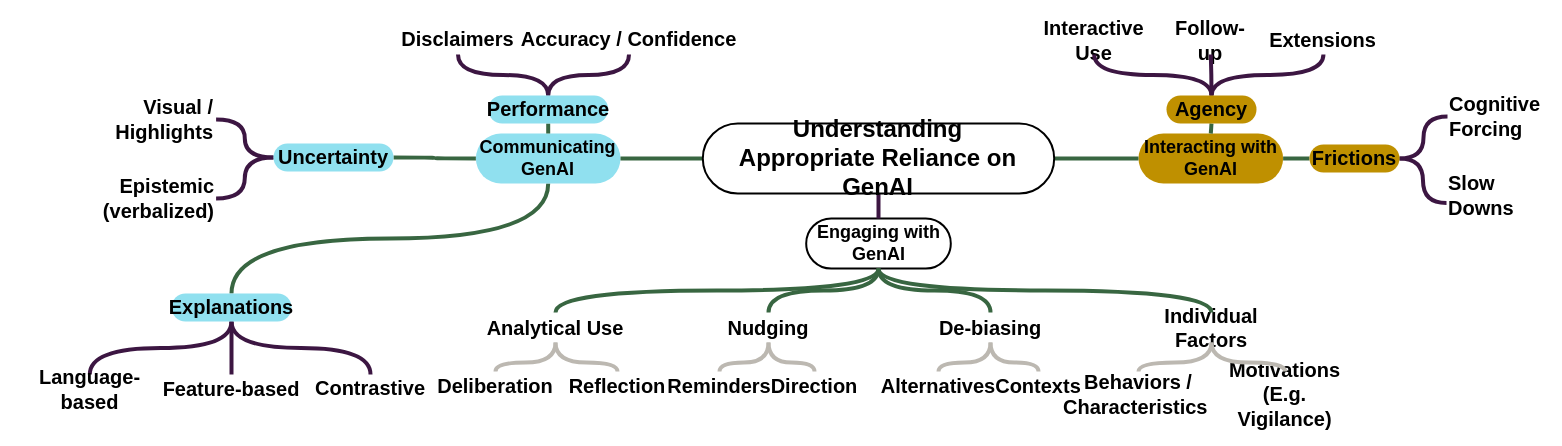
Earlier version of the draw.io diagram ext/chi27-rev-4.1.drawio (raeeschaudhary/Coursera_Exams). Source tidied: cells renumbered, new cells numbered last; positions are measured from the earlier drawing's top-left corner, leaving out a move shared by most shapes. Both pictures are drawn from the tidied source at 100%, with x=0, y=0 at pixel (17, 24).
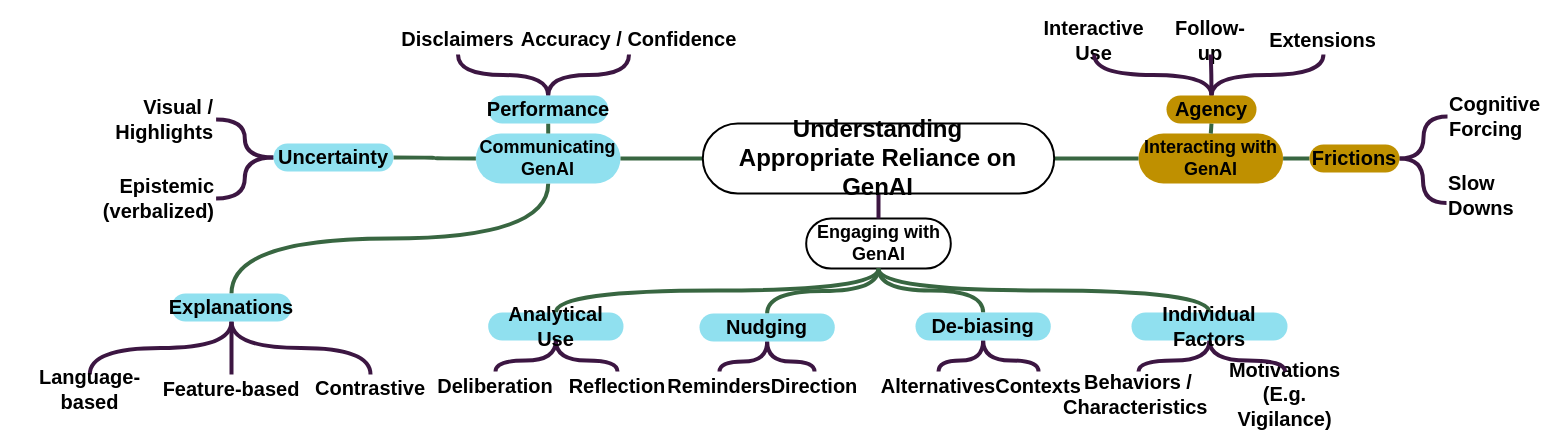
After the change.

Unchanged cells that the change refers to:
```xml
<mxCell id="25" value="&lt;span style=&quot;font-size: 20px;&quot;&gt;Deliberation&lt;/span&gt;" style="text;html=1;whiteSpace=wrap;strokeColor=none;fillColor=none;align=center;verticalAlign=middle;rounded=0;fontFamily=calibri;fontSize=18;fontStyle=1;" parent="1" vertex="1">
  <mxGeometry x="418" y="347" width="120" height="30" as="geometry" />
</mxCell>
<mxCell id="26" value="&lt;span style=&quot;font-size: 20px;&quot;&gt;Reflection&lt;/span&gt;" style="text;html=1;whiteSpace=wrap;strokeColor=none;fillColor=none;align=center;verticalAlign=middle;rounded=0;fontFamily=calibri;fontSize=18;fontStyle=1;" parent="1" vertex="1">
  <mxGeometry x="546" y="347" width="108" height="30" as="geometry" />
</mxCell>
<mxCell id="31" value="&lt;span style=&quot;font-size: 20px;&quot;&gt;Alternatives&lt;/span&gt;" style="text;html=1;whiteSpace=wrap;strokeColor=none;fillColor=none;align=center;verticalAlign=middle;rounded=0;fontFamily=calibri;fontSize=18;fontStyle=1;" parent="1" vertex="1">
  <mxGeometry x="861" y="347" width="120" height="30" as="geometry" />
</mxCell>
<mxCell id="32" value="&lt;span style=&quot;font-size: 20px;&quot;&gt;Contexts&lt;/span&gt;" style="text;html=1;whiteSpace=wrap;strokeColor=none;fillColor=none;align=center;verticalAlign=middle;rounded=0;fontFamily=calibri;fontSize=18;fontStyle=1;" parent="1" vertex="1">
  <mxGeometry x="967" y="347" width="108" height="30" as="geometry" />
</mxCell>
<mxCell id="36" value="&lt;span style=&quot;font-size: 20px;&quot;&gt;Behaviors / Characteristics&amp;nbsp;&lt;/span&gt;" style="text;html=1;whiteSpace=wrap;strokeColor=none;fillColor=none;align=center;verticalAlign=middle;rounded=0;fontFamily=calibri;fontSize=18;fontStyle=1;" parent="1" vertex="1">
  <mxGeometry x="1061" y="347" width="120" height="46" as="geometry" />
</mxCell>
<mxCell id="37" value="&lt;span style=&quot;font-size: 20px;&quot;&gt;Motivations (E.g. Vigilance)&lt;/span&gt;" style="text;html=1;whiteSpace=wrap;strokeColor=none;fillColor=none;align=center;verticalAlign=middle;rounded=0;fontFamily=calibri;fontSize=18;fontStyle=1;" parent="1" vertex="1">
  <mxGeometry x="1200" y="347" width="135.3" height="46" as="geometry" />
</mxCell>
<mxCell id="48" value="&lt;span style=&quot;font-size: 20px;&quot;&gt;Reminders&lt;/span&gt;" style="text;html=1;whiteSpace=wrap;strokeColor=none;fillColor=none;align=center;verticalAlign=middle;rounded=0;fontFamily=calibri;fontSize=18;fontStyle=1;" parent="1" vertex="1">
  <mxGeometry x="642" y="347" width="120" height="30" as="geometry" />
</mxCell>
<mxCell id="49" value="&lt;span style=&quot;font-size: 20px;&quot;&gt;Direction&lt;/span&gt;" style="text;html=1;whiteSpace=wrap;strokeColor=none;fillColor=none;align=center;verticalAlign=middle;rounded=0;fontFamily=calibri;fontSize=18;fontStyle=1;" parent="1" vertex="1">
  <mxGeometry x="743" y="347" width="108" height="30" as="geometry" />
</mxCell>
```

Diff of the diagram source:
```diff
@@
-    <mxCell id="24" value="Analytical Use" style="text;html=1;whiteSpace=wrap;strokeColor=none;fillColor=none;align=center;verticalAlign=middle;rounded=0;fontFamily=calibri;fontStyle=1;fontSize=20;" parent="1" vertex="1">
-      <mxGeometry x="458" y="288" width="160" height="30" as="geometry" />
-    </mxCell>
@@
-    <mxCell id="27" style="edgeStyle=orthogonalEdgeStyle;rounded=0;jettySize=auto;html=1;entryX=0.5;entryY=0;entryDx=0;entryDy=0;strokeWidth=4;curved=1;endArrow=none;endFill=0;strokeColor=#BCB8B1;fontFamily=calibri;" parent="1" edge="1" source="24" target="26">
+    <mxCell id="27" style="edgeStyle=orthogonalEdgeStyle;rounded=0;jettySize=auto;html=1;entryX=0.5;entryY=0;entryDx=0;entryDy=0;strokeWidth=4;curved=1;endArrow=none;endFill=0;strokeColor=#3C1642;fontFamily=calibri;exitX=0.5;exitY=1;exitDx=0;exitDy=0;" parent="1" edge="1" source="24" target="26">
       <mxGeometry relative="1" as="geometry" />
     </mxCell>
-    <mxCell id="28" style="edgeStyle=orthogonalEdgeStyle;rounded=0;jettySize=auto;html=1;strokeWidth=4;curved=1;endArrow=none;endFill=0;strokeColor=#BCB8B1;exitX=0.5;exitY=1;exitDx=0;exitDy=0;fontFamily=calibri;" parent="1" edge="1" source="24" target="25">
+    <mxCell id="28" style="edgeStyle=orthogonalEdgeStyle;rounded=0;jettySize=auto;html=1;strokeWidth=4;curved=1;endArrow=none;endFill=0;strokeColor=#3C1642;exitX=0.5;exitY=1;exitDx=0;exitDy=0;fontFamily=calibri;" parent="1" edge="1" source="24" target="25">
       <mxGeometry relative="1" as="geometry" />
     </mxCell>
-    <mxCell id="29" value="De-biasing" style="text;html=1;whiteSpace=wrap;strokeColor=none;fillColor=none;align=center;verticalAlign=middle;rounded=0;fontFamily=calibri;fontStyle=1;fontSize=20;" parent="1" vertex="1">
-      <mxGeometry x="893" y="288" width="160" height="30" as="geometry" />
-    </mxCell>
@@
-    <mxCell id="33" style="edgeStyle=orthogonalEdgeStyle;rounded=0;jettySize=auto;html=1;entryX=0.5;entryY=0;entryDx=0;entryDy=0;strokeWidth=4;curved=1;endArrow=none;endFill=0;strokeColor=#BCB8B1;exitX=0.5;exitY=1;exitDx=0;exitDy=0;fontFamily=calibri;" parent="1" edge="1" source="29" target="32">
+    <mxCell id="33" style="edgeStyle=orthogonalEdgeStyle;rounded=0;jettySize=auto;html=1;entryX=0.5;entryY=0;entryDx=0;entryDy=0;strokeWidth=4;curved=1;endArrow=none;endFill=0;strokeColor=#3C1642;exitX=0.5;exitY=1;exitDx=0;exitDy=0;fontFamily=calibri;" parent="1" edge="1" source="29" target="32">
       <mxGeometry relative="1" as="geometry" />
     </mxCell>
-    <mxCell id="34" style="edgeStyle=orthogonalEdgeStyle;rounded=0;jettySize=auto;html=1;strokeWidth=4;curved=1;endArrow=none;endFill=0;strokeColor=#BCB8B1;exitX=0.5;exitY=1;exitDx=0;exitDy=0;fontFamily=calibri;" parent="1" edge="1" source="29" target="31">
+    <mxCell id="34" style="edgeStyle=orthogonalEdgeStyle;rounded=0;jettySize=auto;html=1;strokeWidth=4;curved=1;endArrow=none;endFill=0;strokeColor=#3C1642;exitX=0.5;exitY=1;exitDx=0;exitDy=0;fontFamily=calibri;" parent="1" edge="1" source="29" target="31">
       <mxGeometry relative="1" as="geometry" />
     </mxCell>
-    <mxCell id="35" value="Individual Factors" style="text;html=1;whiteSpace=wrap;strokeColor=none;fillColor=none;align=center;verticalAlign=middle;rounded=0;fontFamily=calibri;fontStyle=1;fontSize=20;" parent="1" vertex="1">
-      <mxGeometry x="1114" y="288" width="160" height="30" as="geometry" />
-    </mxCell>
@@
-    <mxCell id="38" style="edgeStyle=orthogonalEdgeStyle;rounded=0;jettySize=auto;html=1;entryX=0.5;entryY=0;entryDx=0;entryDy=0;strokeWidth=4;curved=1;endArrow=none;endFill=0;strokeColor=#BCB8B1;exitX=0.5;exitY=1;exitDx=0;exitDy=0;fontFamily=calibri;" parent="1" edge="1" source="35" target="37">
+    <mxCell id="38" style="edgeStyle=orthogonalEdgeStyle;rounded=0;jettySize=auto;html=1;entryX=0.5;entryY=0;entryDx=0;entryDy=0;strokeWidth=4;curved=1;endArrow=none;endFill=0;strokeColor=#3C1642;exitX=0.5;exitY=1;exitDx=0;exitDy=0;fontFamily=calibri;" parent="1" edge="1" source="35" target="37">
       <mxGeometry relative="1" as="geometry" />
     </mxCell>
-    <mxCell id="39" style="edgeStyle=orthogonalEdgeStyle;rounded=0;jettySize=auto;html=1;strokeWidth=4;curved=1;endArrow=none;endFill=0;strokeColor=#BCB8B1;exitX=0.5;exitY=1;exitDx=0;exitDy=0;fontFamily=calibri;" parent="1" edge="1" source="35" target="36">
+    <mxCell id="39" style="edgeStyle=orthogonalEdgeStyle;rounded=0;jettySize=auto;html=1;strokeWidth=4;curved=1;endArrow=none;endFill=0;strokeColor=#3C1642;exitX=0.5;exitY=1;exitDx=0;exitDy=0;fontFamily=calibri;" parent="1" edge="1" source="35" target="36">
       <mxGeometry relative="1" as="geometry" />
     </mxCell>
@@
-    <mxCell id="46" value="Nudging" style="text;html=1;whiteSpace=wrap;strokeColor=none;fillColor=none;align=center;verticalAlign=middle;rounded=0;fontFamily=calibri;fontStyle=1;fontSize=20;" parent="1" vertex="1">
-      <mxGeometry x="671" y="288" width="160" height="30" as="geometry" />
-    </mxCell>
@@
-    <mxCell id="50" style="edgeStyle=orthogonalEdgeStyle;rounded=0;jettySize=auto;html=1;entryX=0.5;entryY=0;entryDx=0;entryDy=0;strokeWidth=4;curved=1;endArrow=none;endFill=0;strokeColor=#BCB8B1;exitX=0.5;exitY=1;exitDx=0;exitDy=0;fontFamily=calibri;" parent="1" edge="1" source="46" target="49">
+    <mxCell id="50" style="edgeStyle=orthogonalEdgeStyle;rounded=0;jettySize=auto;html=1;entryX=0.5;entryY=0;entryDx=0;entryDy=0;strokeWidth=4;curved=1;endArrow=none;endFill=0;strokeColor=#3C1642;exitX=0.5;exitY=1;exitDx=0;exitDy=0;fontFamily=calibri;" parent="1" edge="1" source="46" target="49">
       <mxGeometry relative="1" as="geometry" />
     </mxCell>
-    <mxCell id="51" style="edgeStyle=orthogonalEdgeStyle;rounded=0;jettySize=auto;html=1;strokeWidth=4;curved=1;endArrow=none;endFill=0;strokeColor=#BCB8B1;exitX=0.5;exitY=1;exitDx=0;exitDy=0;fontFamily=calibri;" parent="1" edge="1" source="46" target="48">
+    <mxCell id="51" style="edgeStyle=orthogonalEdgeStyle;rounded=0;jettySize=auto;html=1;strokeWidth=4;curved=1;endArrow=none;endFill=0;strokeColor=#3C1642;exitX=0.5;exitY=1;exitDx=0;exitDy=0;fontFamily=calibri;" parent="1" edge="1" source="46" target="48">
       <mxGeometry relative="1" as="geometry" />
     </mxCell>
@@
+    <mxCell id="24" value="&lt;span style=&quot;font-size: 20px;&quot;&gt;Analytical Use&lt;/span&gt;" style="rounded=1;whiteSpace=wrap;html=1;arcSize=50;strokeWidth=2;fontFamily=calibri;fontSize=18;fontStyle=1;fillColor=#90E0EF;strokeColor=none;" parent="1" vertex="1">
+      <mxGeometry x="470.7" y="288" width="135.3" height="28" as="geometry" />
+    </mxCell>
+    <mxCell id="46" value="&lt;span style=&quot;font-size: 20px;&quot;&gt;Nudging&lt;/span&gt;" style="rounded=1;whiteSpace=wrap;html=1;arcSize=50;strokeWidth=2;fontFamily=calibri;fontSize=18;fontStyle=1;fillColor=#90E0EF;strokeColor=none;" parent="1" vertex="1">
+      <mxGeometry x="682" y="289" width="135.3" height="28" as="geometry" />
+    </mxCell>
+    <mxCell id="29" value="&lt;span style=&quot;font-size: 20px;&quot;&gt;De-biasing&lt;/span&gt;" style="rounded=1;whiteSpace=wrap;html=1;arcSize=50;strokeWidth=2;fontFamily=calibri;fontSize=18;fontStyle=1;fillColor=#90E0EF;strokeColor=none;" parent="1" vertex="1">
+      <mxGeometry x="898" y="288" width="135.3" height="28" as="geometry" />
+    </mxCell>
+    <mxCell id="35" value="&lt;span style=&quot;font-size: 20px;&quot;&gt;Individual Factors&lt;/span&gt;" style="rounded=1;whiteSpace=wrap;html=1;arcSize=50;strokeWidth=2;fontFamily=calibri;fontSize=18;fontStyle=1;fillColor=#90E0EF;strokeColor=none;" parent="1" vertex="1">
+      <mxGeometry x="1114" y="288" width="156" height="28" as="geometry" />
+    </mxCell>
```
